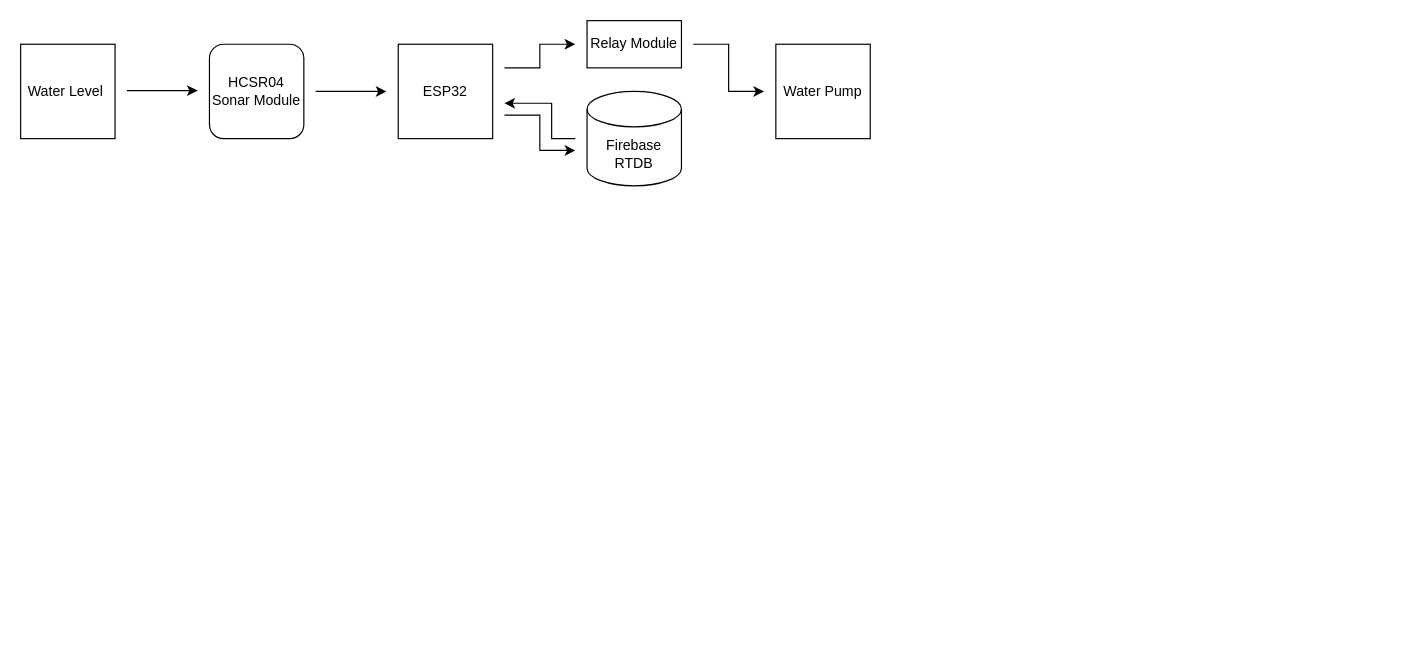
The draw.io diagram Project Report/Final Report/Data-Flow-Diagram.drawio in AryalKTM/water-level-tracking, before the edit. Source tidied: cells renumbered, new cells numbered last; positions are measured from the earlier drawing's top-left corner, leaving out a move shared by most shapes. Both pictures are drawn from the tidied source at 118%, with x=0, y=0 at pixel (20, 20).
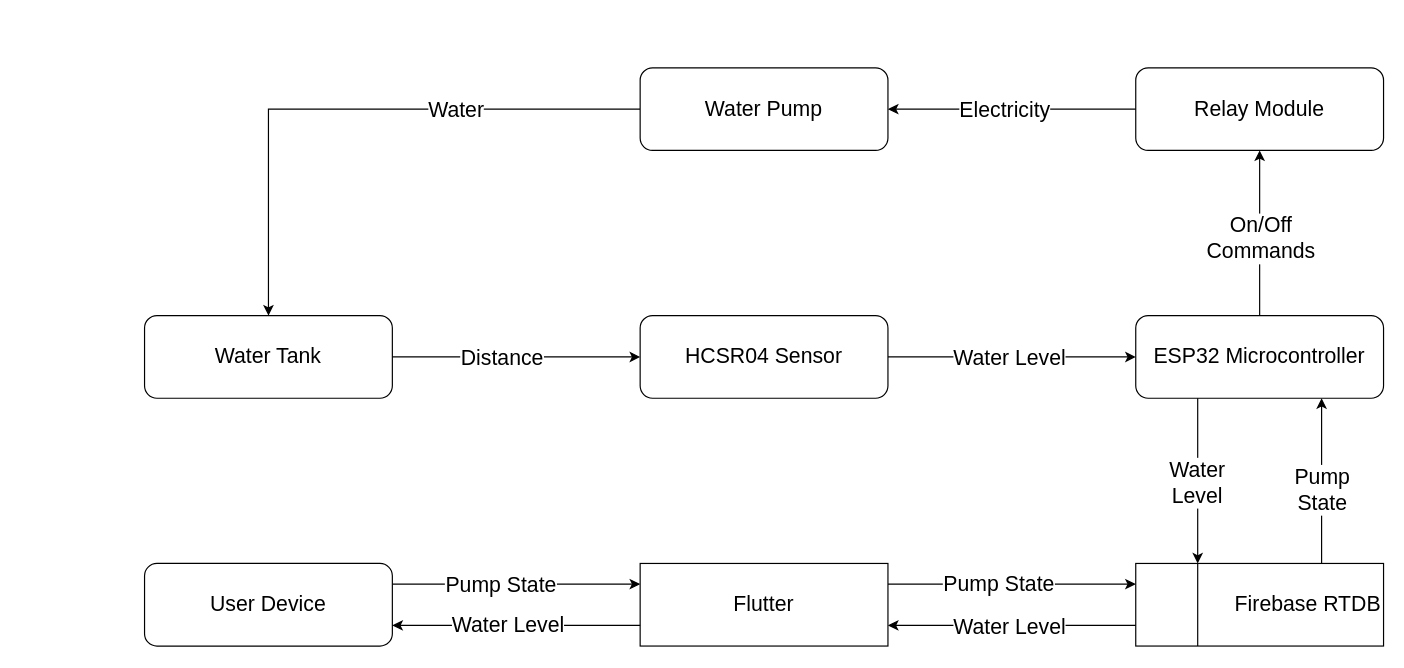
The same page after the edit.

What changed in the source:
```diff
@@
-    <mxCell id="2" value="HCSR04 Sonar Module" style="rounded=1;whiteSpace=wrap;html=1;" parent="1" vertex="1">
-      <mxGeometry x="160" y="20" width="80" height="80" as="geometry" />
-    </mxCell>
-    <mxCell id="3" value="ESP32" style="rounded=0;whiteSpace=wrap;html=1;" parent="1" vertex="1">
-      <mxGeometry x="320" y="20" width="80" height="80" as="geometry" />
-    </mxCell>
+    <mxCell id="14" style="group;fontSize=18;" parent="1" vertex="1">
+      <mxGeometry x="105" y="40" width="1050" height="490" as="geometry" />
+    </mxCell>
+    <mxCell id="15" value="Water Tank" style="rounded=1;whiteSpace=wrap;html=1;fontSize=18;" parent="14" vertex="1">
+      <mxGeometry y="210" width="210" height="70" as="geometry" />
+    </mxCell>
+    <mxCell id="16" value="HCSR04 Sensor" style="rounded=1;whiteSpace=wrap;html=1;fontSize=18;" parent="14" vertex="1">
+      <mxGeometry x="420" y="210" width="210" height="70" as="geometry" />
+    </mxCell>
+    <mxCell id="17" style="edgeStyle=orthogonalEdgeStyle;rounded=0;jettySize=auto;html=1;exitX=1;exitY=0.5;exitDx=0;exitDy=0;entryX=0;entryY=0.5;entryDx=0;entryDy=0;fontSize=18;" parent="14" edge="1" source="15" target="16">
+      <mxGeometry relative="1" as="geometry" />
+    </mxCell>
+    <mxCell id="18" value="Distance" style="edgeLabel;html=1;align=center;verticalAlign=middle;fontSize=18;" parent="17" vertex="1">
+      <mxGeometry x="-0.12" relative="1" as="geometry" />
+    </mxCell>
+    <mxCell id="19" value="ESP32 Microcontroller" style="rounded=1;whiteSpace=wrap;html=1;fontSize=18;" parent="14" vertex="1">
+      <mxGeometry x="840" y="210" width="210" height="70" as="geometry" />
+    </mxCell>
+    <mxCell id="20" style="edgeStyle=orthogonalEdgeStyle;rounded=0;jettySize=auto;html=1;entryX=0;entryY=0.5;entryDx=0;entryDy=0;fontSize=18;" parent="14" edge="1" source="16" target="19">
+      <mxGeometry relative="1" as="geometry" />
+    </mxCell>
+    <mxCell id="21" value="Water Level" style="edgeLabel;html=1;align=center;verticalAlign=middle;fontSize=18;" parent="20" vertex="1">
+      <mxGeometry x="-0.08" y="-1" relative="1" as="geometry">
+        <mxPoint x="5" y="-1" as="offset" />
+      </mxGeometry>
+    </mxCell>
+    <mxCell id="6" value="Relay Module" style="rounded=1;whiteSpace=wrap;html=1;fontSize=18;" parent="14" vertex="1">
+      <mxGeometry x="840" width="210" height="70" as="geometry" />
+    </mxCell>
+    <mxCell id="22" style="edgeStyle=orthogonalEdgeStyle;rounded=0;jettySize=auto;html=1;entryX=0.5;entryY=1;entryDx=0;entryDy=0;fontSize=18;" parent="14" edge="1" source="19" target="6">
+      <mxGeometry relative="1" as="geometry" />
+    </mxCell>
+    <mxCell id="23" value="On/Off&lt;br style=&quot;font-size: 18px;&quot;&gt;Commands" style="edgeLabel;html=1;align=center;verticalAlign=middle;fontSize=18;" parent="22" vertex="1">
+      <mxGeometry x="-0.06" relative="1" as="geometry" />
+    </mxCell>
+    <mxCell id="24" style="edgeStyle=orthogonalEdgeStyle;rounded=0;jettySize=auto;html=1;exitX=0.75;exitY=0;exitDx=0;exitDy=0;entryX=0.75;entryY=1;entryDx=0;entryDy=0;fontSize=18;" parent="14" edge="1" source="4" target="19">
+      <mxGeometry relative="1" as="geometry" />
+    </mxCell>
+    <mxCell id="25" value="Pump&lt;br style=&quot;font-size: 18px;&quot;&gt;State" style="edgeLabel;html=1;align=center;verticalAlign=middle;fontSize=18;" parent="24" vertex="1">
+      <mxGeometry x="-0.1" relative="1" as="geometry" />
+    </mxCell>
-    <mxCell id="4" value="Firebase&lt;br&gt;RTDB" style="shape=cylinder3;whiteSpace=wrap;html=1;boundedLbl=1;backgroundOutline=1;size=15;" parent="1" vertex="1">
-      <mxGeometry x="480" y="60" width="80" height="80" as="geometry" />
+    <mxCell id="4" value="Firebase RTDB" style="html=1;whiteSpace=wrap;align=right;fontSize=18;" parent="14" vertex="1">
+      <mxGeometry x="840" y="420" width="210" height="70" as="geometry" />
     </mxCell>
-    <mxCell id="5" value="Water Level&amp;nbsp;" style="rounded=0;whiteSpace=wrap;html=1;" parent="1" vertex="1">
-      <mxGeometry y="20" width="80" height="80" as="geometry" />
-    </mxCell>
-    <mxCell id="6" value="Relay Module" style="rounded=0;whiteSpace=wrap;html=1;" parent="1" vertex="1">
-      <mxGeometry x="480" width="80" height="40" as="geometry" />
-    </mxCell>
+    <mxCell id="26" style="edgeStyle=orthogonalEdgeStyle;rounded=0;jettySize=auto;html=1;exitX=0.25;exitY=1;exitDx=0;exitDy=0;entryX=0.25;entryY=0;entryDx=0;entryDy=0;fontSize=18;" parent="14" edge="1" source="19" target="4">
+      <mxGeometry relative="1" as="geometry" />
+    </mxCell>
+    <mxCell id="27" value="Water&lt;br style=&quot;font-size: 18px;&quot;&gt;Level" style="edgeLabel;html=1;align=center;verticalAlign=middle;fontSize=18;" parent="26" vertex="1">
+      <mxGeometry x="0.02" y="-1" relative="1" as="geometry" />
+    </mxCell>
+    <mxCell id="28" style="endArrow=none;html=1;rounded=0;exitX=0.25;exitY=1;exitDx=0;exitDy=0;entryX=0.25;entryY=0;entryDx=0;entryDy=0;fontSize=18;" parent="14" edge="1" source="4" target="4">
+      <mxGeometry relative="1" as="geometry" />
+    </mxCell>
+    <mxCell id="29" style="edgeStyle=orthogonalEdgeStyle;rounded=0;jettySize=auto;html=1;exitX=1;exitY=0.25;exitDx=0;exitDy=0;entryX=0;entryY=0.25;entryDx=0;entryDy=0;fontSize=18;" parent="14" edge="1" source="31" target="4">
+      <mxGeometry relative="1" as="geometry" />
+    </mxCell>
+    <mxCell id="30" value="Pump State" style="edgeLabel;html=1;align=center;verticalAlign=middle;fontSize=18;" parent="29" vertex="1">
+      <mxGeometry x="-0.11" relative="1" as="geometry" />
+    </mxCell>
+    <mxCell id="31" value="Flutter" style="rounded=0;whiteSpace=wrap;html=1;fontSize=18;" parent="14" vertex="1">
+      <mxGeometry x="420" y="420" width="210" height="70" as="geometry" />
+    </mxCell>
+    <mxCell id="32" style="edgeStyle=orthogonalEdgeStyle;rounded=0;jettySize=auto;html=1;exitX=0;exitY=0.75;exitDx=0;exitDy=0;entryX=1;entryY=0.75;entryDx=0;entryDy=0;fontSize=18;" parent="14" edge="1" source="4" target="31">
+      <mxGeometry relative="1" as="geometry" />
+    </mxCell>
+    <mxCell id="33" value="Water Level" style="edgeLabel;html=1;align=center;verticalAlign=middle;fontSize=18;" parent="32" vertex="1">
+      <mxGeometry x="0.03" y="1" relative="1" as="geometry" />
+    </mxCell>
+    <mxCell id="34" style="edgeStyle=orthogonalEdgeStyle;rounded=0;jettySize=auto;html=1;exitX=1;exitY=0.25;exitDx=0;exitDy=0;entryX=0;entryY=0.25;entryDx=0;entryDy=0;fontSize=18;" parent="14" edge="1" source="36" target="31">
+      <mxGeometry relative="1" as="geometry" />
+    </mxCell>
+    <mxCell id="35" value="Pump State" style="edgeLabel;html=1;align=center;verticalAlign=middle;fontSize=18;" parent="34" vertex="1">
+      <mxGeometry x="-0.13" y="-1" relative="1" as="geometry" />
+    </mxCell>
+    <mxCell id="36" value="User Device" style="rounded=1;whiteSpace=wrap;html=1;fontSize=18;" parent="14" vertex="1">
+      <mxGeometry y="420" width="210" height="70" as="geometry" />
+    </mxCell>
+    <mxCell id="37" style="edgeStyle=orthogonalEdgeStyle;rounded=0;jettySize=auto;html=1;exitX=0;exitY=0.75;exitDx=0;exitDy=0;entryX=1;entryY=0.75;entryDx=0;entryDy=0;fontSize=18;" parent="14" edge="1" source="31" target="36">
+      <mxGeometry relative="1" as="geometry" />
+    </mxCell>
+    <mxCell id="38" value="Water Level" style="edgeLabel;html=1;align=center;verticalAlign=middle;fontSize=18;" parent="37" vertex="1">
+      <mxGeometry x="0.08" relative="1" as="geometry" />
+    </mxCell>
+    <mxCell id="39" style="edgeStyle=orthogonalEdgeStyle;rounded=0;jettySize=auto;html=1;exitX=0;exitY=0.5;exitDx=0;exitDy=0;entryX=0.5;entryY=0;entryDx=0;entryDy=0;fontSize=18;" parent="14" edge="1" source="7" target="15">
+      <mxGeometry relative="1" as="geometry">
+        <Array as="points">
+          <mxPoint x="105" y="35" />
+        </Array>
+      </mxGeometry>
+    </mxCell>
+    <mxCell id="40" value="Water" style="edgeLabel;html=1;align=center;verticalAlign=middle;fontSize=18;" parent="39" vertex="1">
+      <mxGeometry x="-0.43" relative="1" as="geometry">
+        <mxPoint x="-17" as="offset" />
+      </mxGeometry>
+    </mxCell>
-    <mxCell id="7" value="Water Pump" style="rounded=0;whiteSpace=wrap;html=1;" parent="1" vertex="1">
-      <mxGeometry x="640" y="20" width="80" height="80" as="geometry" />
+    <mxCell id="7" value="Water Pump" style="rounded=1;whiteSpace=wrap;html=1;fontSize=18;" parent="14" vertex="1">
+      <mxGeometry x="420" width="210" height="70" as="geometry" />
     </mxCell>
-    <mxCell id="8" style="endArrow=classic;html=1;rounded=0;" parent="1" edge="1">
-      <mxGeometry relative="1" as="geometry">
-        <mxPoint x="90" y="59.3" as="sourcePoint" />
-        <mxPoint x="150" y="59.3" as="targetPoint" />
-      </mxGeometry>
-    </mxCell>
-    <mxCell id="9" style="endArrow=classic;html=1;rounded=0;" parent="1" edge="1">
-      <mxGeometry relative="1" as="geometry">
-        <mxPoint x="250" y="60" as="sourcePoint" />
-        <mxPoint x="310" y="60" as="targetPoint" />
-      </mxGeometry>
-    </mxCell>
-    <mxCell id="10" style="endArrow=classic;html=1;rounded=0;" parent="1" edge="1">
-      <mxGeometry relative="1" as="geometry">
-        <mxPoint x="410" y="40" as="sourcePoint" />
-        <mxPoint x="470" y="20" as="targetPoint" />
-        <Array as="points">
-          <mxPoint x="440" y="40" />
-          <mxPoint x="440" y="20" />
-        </Array>
-      </mxGeometry>
-    </mxCell>
-    <mxCell id="11" style="endArrow=classic;html=1;rounded=0;" parent="1" edge="1">
-      <mxGeometry relative="1" as="geometry">
-        <mxPoint x="410" y="80" as="sourcePoint" />
-        <mxPoint x="470" y="110" as="targetPoint" />
-        <Array as="points">
-          <mxPoint x="440" y="80" />
-          <mxPoint x="440" y="110" />
-        </Array>
-      </mxGeometry>
-    </mxCell>
-    <mxCell id="12" style="endArrow=classic;html=1;rounded=0;" parent="1" edge="1">
-      <mxGeometry relative="1" as="geometry">
-        <mxPoint x="470" y="100" as="sourcePoint" />
-        <mxPoint x="410" y="70" as="targetPoint" />
-        <Array as="points">
-          <mxPoint x="450" y="100" />
-          <mxPoint x="450" y="70" />
-        </Array>
-      </mxGeometry>
-    </mxCell>
-    <mxCell id="13" style="endArrow=classic;html=1;rounded=0;" parent="1" edge="1">
-      <mxGeometry relative="1" as="geometry">
-        <mxPoint x="570" y="20" as="sourcePoint" />
-        <mxPoint x="630" y="60" as="targetPoint" />
-        <Array as="points">
-          <mxPoint x="600" y="20" />
-          <mxPoint x="600" y="60" />
-        </Array>
-      </mxGeometry>
-    </mxCell>
+    <mxCell id="41" style="edgeStyle=orthogonalEdgeStyle;rounded=0;jettySize=auto;html=1;entryX=1;entryY=0.5;entryDx=0;entryDy=0;fontSize=18;" parent="14" edge="1" source="6" target="7">
+      <mxGeometry relative="1" as="geometry" />
+    </mxCell>
+    <mxCell id="42" value="Electricity" style="edgeLabel;html=1;align=center;verticalAlign=middle;fontSize=18;" parent="41" vertex="1">
+      <mxGeometry x="0.14" relative="1" as="geometry">
+        <mxPoint x="8" as="offset" />
+      </mxGeometry>
+    </mxCell>
```
